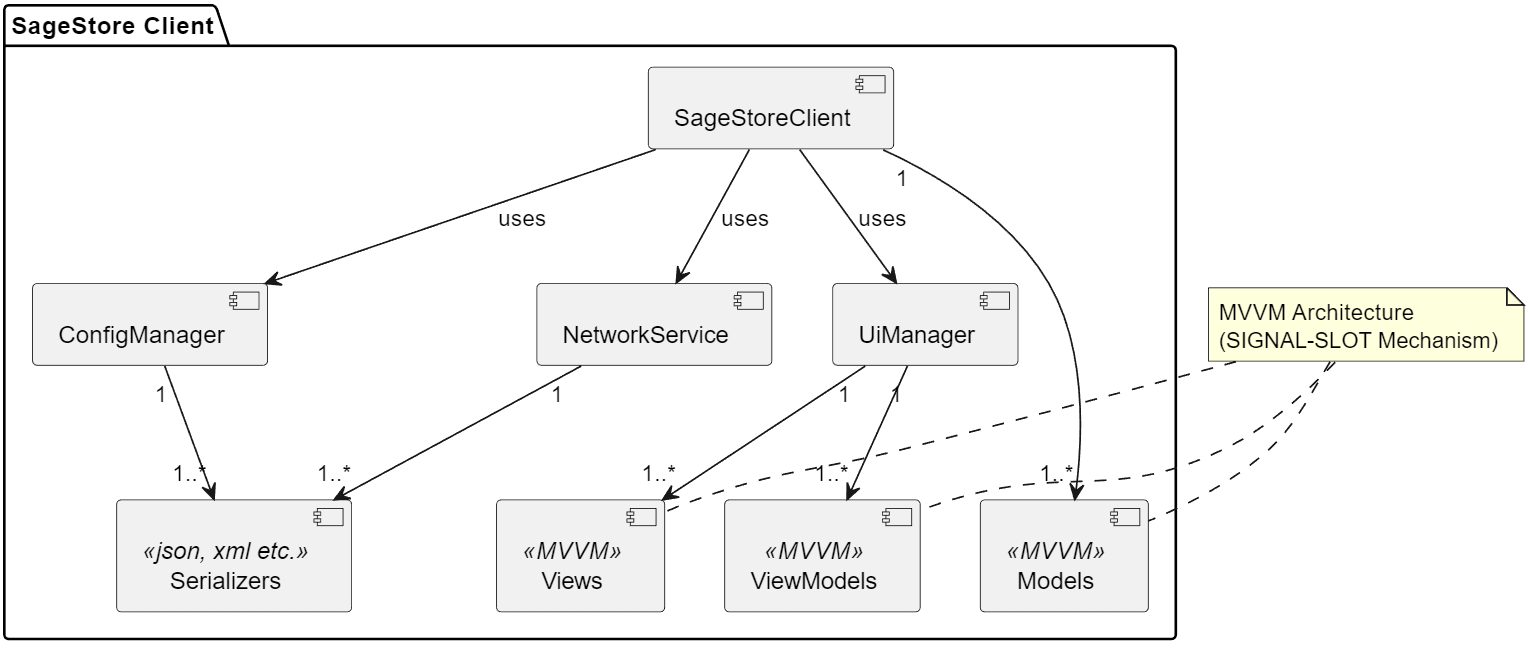
Sage-Cat/SageStore keeps this PlantUML diagram as docs/client/Client_Design.png. Above is the earlier version. Its source is kept beside it as docs/client/plantuml/Client_Design.puml.
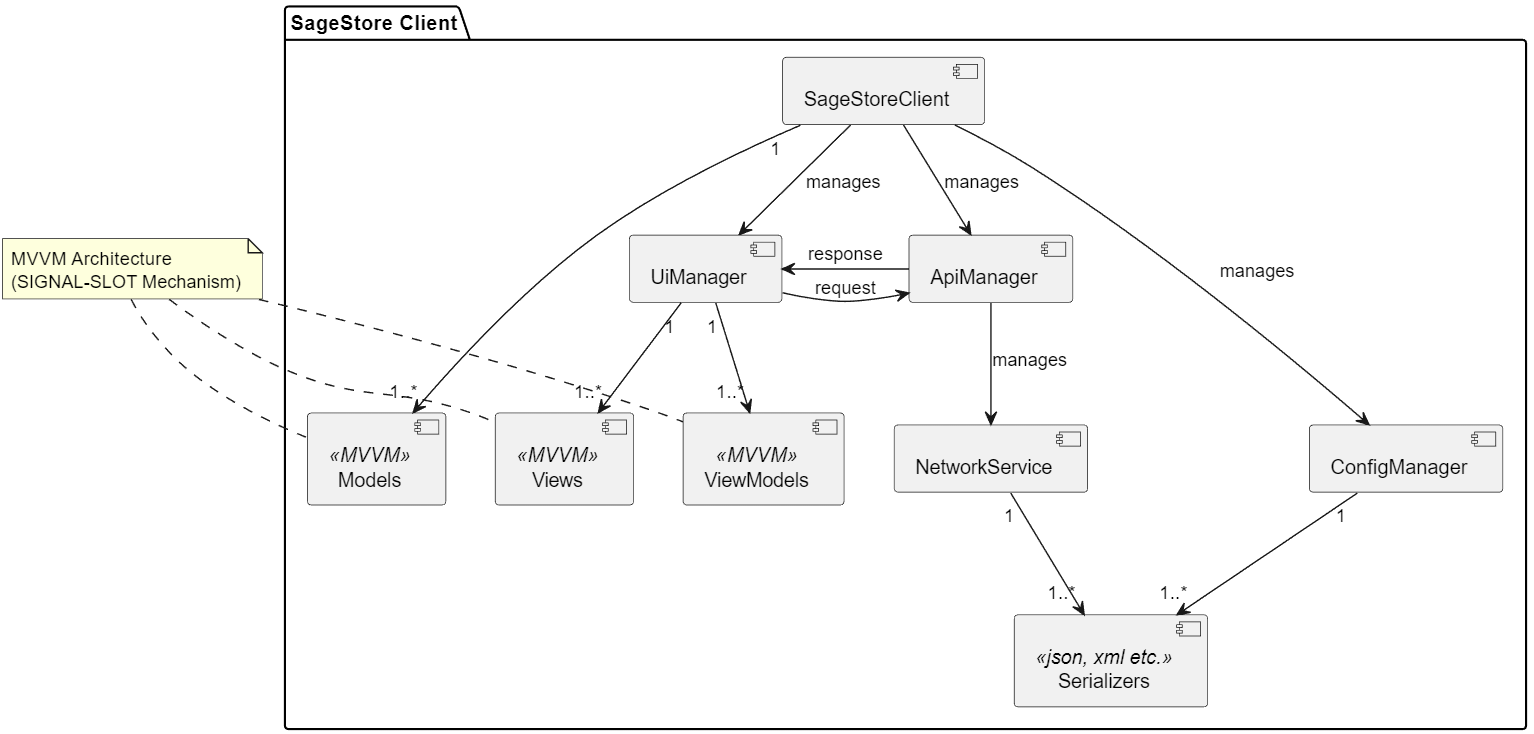
After the change.

Diff of the diagram source:
```diff
@@ -4,32 +4,40 @@
 package "SageStore Client" {
     [SageStoreClient] as SSC
     [UiManager] as UIM
+    [ApiManager] as AC
     [NetworkService] as NS
     [ConfigManager] as CM
-    [Models] <<MVVM>>
-    [ViewModels] <<MVVM>>
-    [Views] <<MVVM>>
+    [Models] <<MVVM>> as M
+    [ViewModels] <<MVVM>> as VM
+    [Views] <<MVVM>> as V
     [Serializers] <<json, xml etc.>>
 
-    SSC -down-> UIM : uses
-    SSC -down-> NS : uses
-    SSC -down-> CM : uses
-    SSC -down-> Models  : "1"   "1..*"
-    UIM -down-> Views : "1"   "1..*"
-    UIM -down-> ViewModels : "1"   "1..*"
+    SSC -down-> UIM : manages
+    SSC -down-> AC : manages
+    SSC -down-> CM : manages
+    SSC -down-> M  : "1"   "1..*"
+
+    AC -down-> NS : manages
+    AC <- UIM : request
+    AC -> UIM : response
+
+    UIM -down-> V : "1"   "1..*"
+    UIM -down-> VM : "1"   "1..*"
+
     NS -down-> [Serializers] : "1"   "1..*"
+
     CM -down-> [Serializers] : "1"   "1..*"
+    CM -[hidden]right-> NS : <<diagram alignment>>
 
-    Models -[hidden]left-> ViewModels
-    ViewModels -[hidden]right-> Views
-    Views -[hidden]left-> Models
-    CM -[hidden]right-> NS : <<diagram alignment>>
+    M -[hidden]left-> VM
+    VM -[hidden]right-> V
+    V -[hidden]left-> M
 }
 
 note "MVVM Architecture\n(SIGNAL-SLOT Mechanism)" as MVVMNote
-MVVMNote .. Models
-MVVMNote .. ViewModels
-MVVMNote .. Views
-MVVMNote -[hidden]down- Models
+MVVMNote .. M
+MVVMNote .. VM
+MVVMNote .. V
+MVVMNote -[hidden]down- M
 
 @enduml
```
